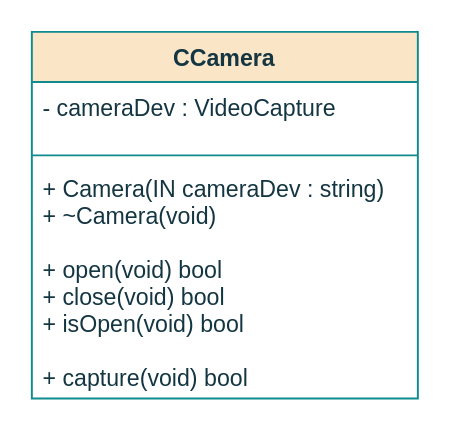
Before: page "Class" (1 of 3) of documentation/flowcharts/02Classes/CCamera.drawio in ESRGgroup9/slipad, a draw.io diagram. Source tidied: cells renumbered, new cells numbered last; positions are measured from the earlier drawing's top-left corner, leaving out a move shared by most shapes. Both pictures are drawn from the tidied source at 193%, with x=0, y=0 at pixel (31, 31).
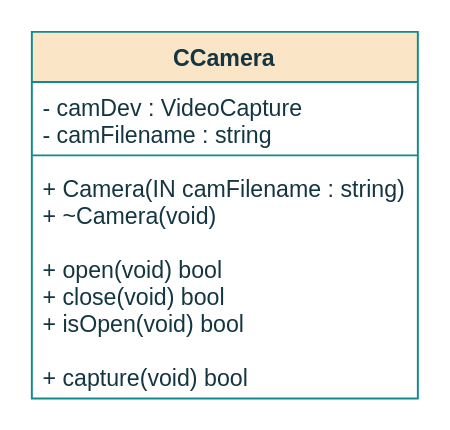
After the change.

Change to the diagram source:
```diff
@@
 <mxGraphModel>
   <root>
     <mxCell id="0" />
     <mxCell id="1" parent="0" />
     <mxCell id="2" value="CCamera" style="swimlane;fontStyle=1;align=center;verticalAlign=top;horizontal=1;startSize=26;fillColor=#FAE5C7;strokeColor=#0F8B8D;fontColor=#143642;" parent="1" vertex="1">
       <mxGeometry width="200" height="190" as="geometry" />
     </mxCell>
-    <mxCell id="3" value="- cameraDev : VideoCapture&#10;&#10;&#10;&#10;" style="text;strokeColor=none;fillColor=none;align=left;verticalAlign=top;spacingLeft=4;spacingRight=4;overflow=hidden;fontColor=#143642;" parent="2" vertex="1">
+    <mxCell id="3" value="- camDev : VideoCapture&#10;- camFilename : string&#10;&#10;&#10;&#10;&#10;" style="text;strokeColor=none;fillColor=none;align=left;verticalAlign=top;spacingLeft=4;spacingRight=4;overflow=hidden;fontColor=#143642;" parent="2" vertex="1">
       <mxGeometry y="26" width="200" height="34" as="geometry" />
     </mxCell>
     <mxCell id="4" style="line;strokeWidth=1;fillColor=none;align=left;verticalAlign=middle;spacingTop=-1;spacingLeft=3;spacingRight=3;labelPosition=right;labelBackgroundColor=#DAD2D8;strokeColor=#0F8B8D;fontColor=#143642;" parent="2" vertex="1">
       <mxGeometry y="60" width="200" height="8" as="geometry" />
     </mxCell>
-    <mxCell id="5" value="+ Camera(IN cameraDev : string)&#10;+ ~Camera(void)&#10;&#10;+ open(void) bool&#10;+ close(void) bool&#10;+ isOpen(void) bool&#10;&#10;+ capture(void) bool&#10;&#10;&#10;" style="text;strokeColor=none;fillColor=none;align=left;verticalAlign=top;spacingLeft=4;spacingRight=4;overflow=hidden;fontColor=#143642;spacing=2;fontStyle=0;" parent="2" vertex="1">
+    <mxCell id="5" value="+ Camera(IN camFilename : string)&#10;+ ~Camera(void)&#10;&#10;+ open(void) bool&#10;+ close(void) bool&#10;+ isOpen(void) bool&#10;&#10;+ capture(void) bool&#10;&#10;&#10;" style="text;strokeColor=none;fillColor=none;align=left;verticalAlign=top;spacingLeft=4;spacingRight=4;overflow=hidden;fontColor=#143642;spacing=2;fontStyle=0;" parent="2" vertex="1">
       <mxGeometry y="68" width="200" height="122" as="geometry" />
     </mxCell>
   </root>
 </mxGraphModel>
```
